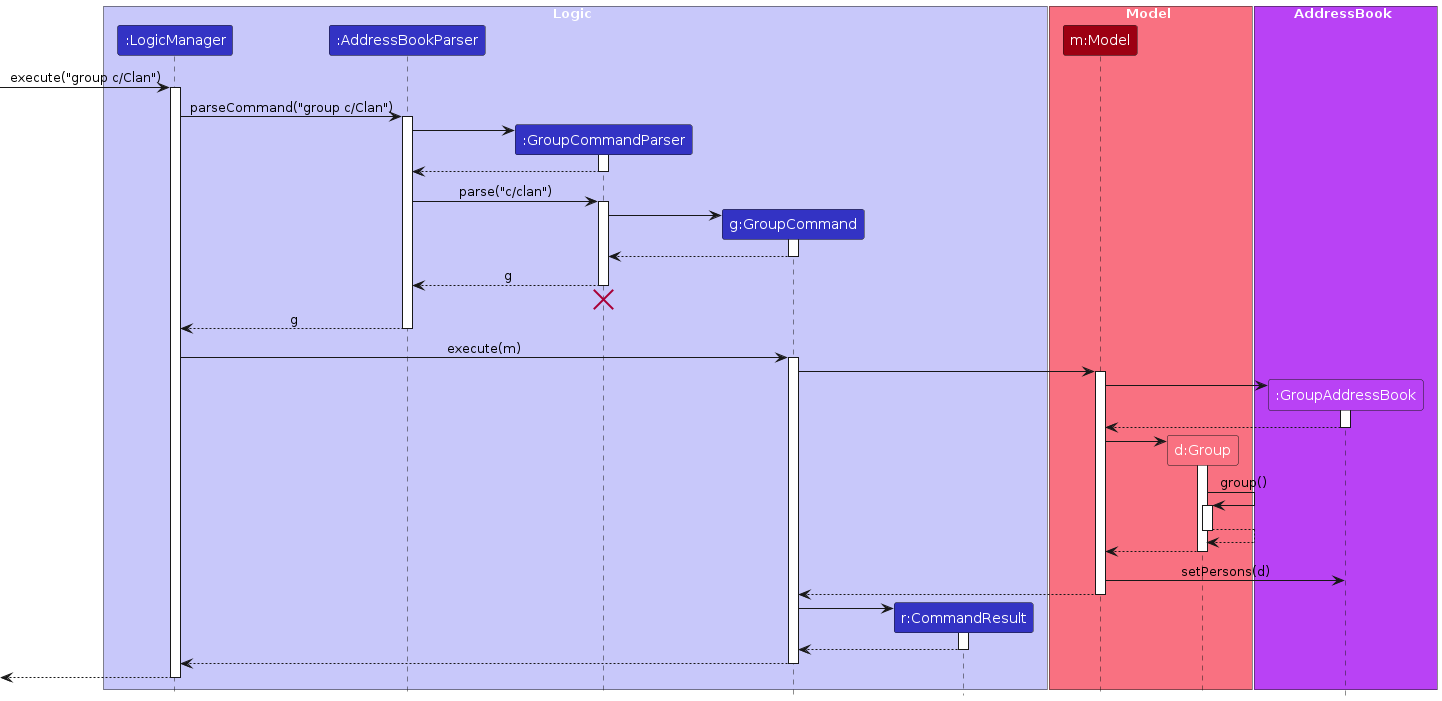
Before: diagrams/GroupSequenceDiagram.png, a diagram exported from PlantUML (HongRay/tp). Its source is kept beside it as diagrams/GroupSequenceDiagram.puml. Its diagram source:
```plantuml
@startuml
!include style.puml
skinparam ArrowFontStyle plain

box Logic LOGIC_COLOR_T1
participant ":LogicManager" as LogicManager LOGIC_COLOR
participant ":AddressBookParser" as AddressBookParser LOGIC_COLOR
participant ":GroupCommandParser" as GroupCommandParser LOGIC_COLOR
participant "g:GroupCommand" as GroupCommand LOGIC_COLOR
participant "r:CommandResult" as CommandResult LOGIC_COLOR
end box

box Model MODEL_COLOR_T1
participant "m:Model" as Model MODEL_COLOR
participant "d:Group" as Group MODEL_COLOR_T1
end box

box AddressBook ADDRESSBOOK_COLOR
participant ":GroupAddressBook" as AddressBook ADDRESSBOOK_COLOR
end box

[-> LogicManager : execute("group c/Clan")
activate LogicManager

LogicManager -> AddressBookParser : parseCommand("group c/Clan")
activate AddressBookParser

create GroupCommandParser
AddressBookParser -> GroupCommandParser
activate GroupCommandParser

GroupCommandParser --> AddressBookParser
deactivate GroupCommandParser

AddressBookParser -> GroupCommandParser : parse("c/clan")
activate GroupCommandParser

create GroupCommand
GroupCommandParser -> GroupCommand
activate GroupCommand


GroupCommand --> GroupCommandParser :
deactivate GroupCommand

GroupCommandParser --> AddressBookParser : g
deactivate GroupCommandParser
GroupCommandParser -[hidden]-> AddressBookParser
destroy GroupCommandParser

AddressBookParser --> LogicManager : g
deactivate AddressBookParser

LogicManager -> GroupCommand : execute(m)
activate GroupCommand

GroupCommand -> Model
activate Model
create AddressBook
Model -> AddressBook
activate AddressBook
AddressBook --> Model
deactivate

create Group
Model -> Group
activate Group
Group -> Group :group()
activate Group
Group --> Group
deactivate Group
Group --> Model
deactivate
Model -> AddressBook : setPersons(d)
Model --> GroupCommand
deactivate

create CommandResult
GroupCommand -> CommandResult
activate CommandResult

CommandResult --> GroupCommand
deactivate CommandResult

GroupCommand --> LogicManager
deactivate GroupCommand

[<--LogicManager
deactivate LogicManager

@enduml
```
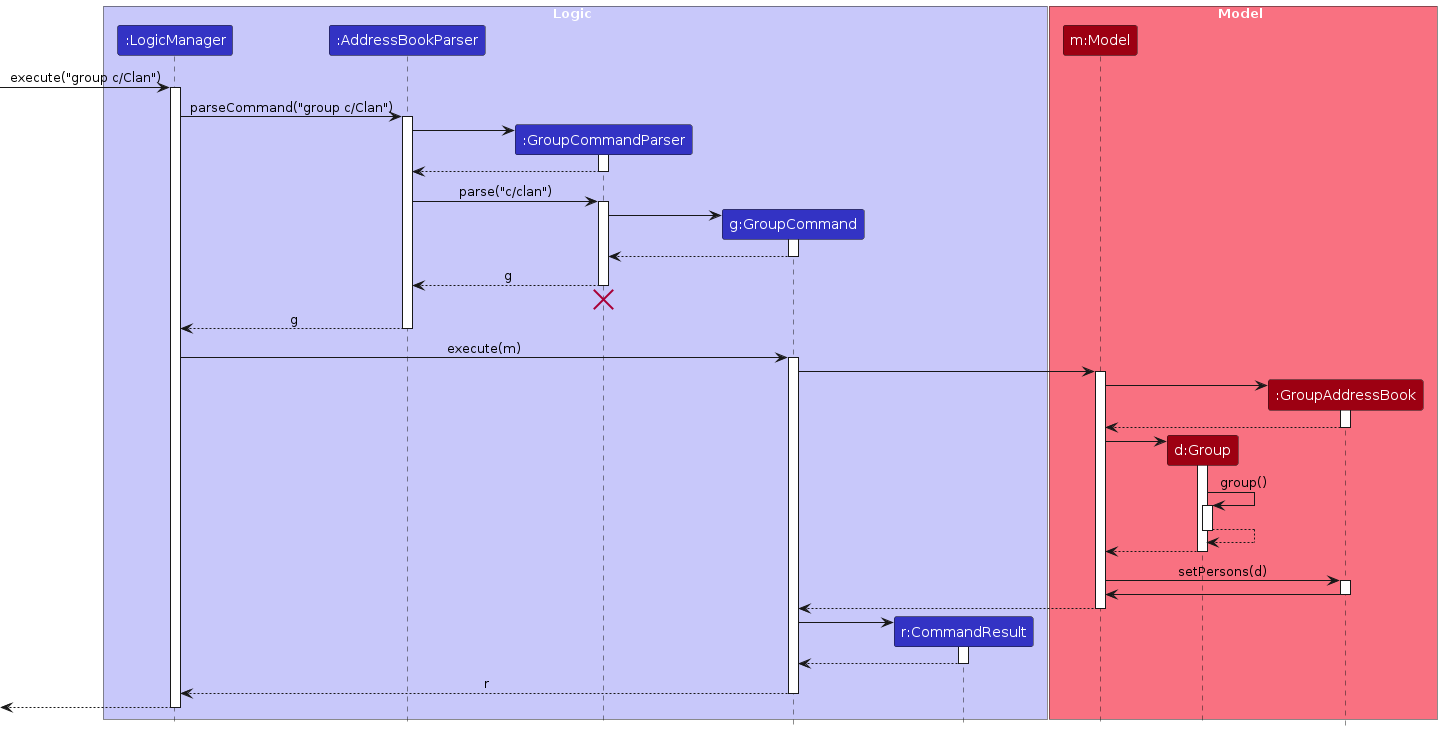
After the commit.

What changed in the source:
```diff
@@ -12,11 +12,8 @@
 
 box Model MODEL_COLOR_T1
 participant "m:Model" as Model MODEL_COLOR
-participant "d:Group" as Group MODEL_COLOR_T1
-end box
-
-box AddressBook ADDRESSBOOK_COLOR
-participant ":GroupAddressBook" as AddressBook ADDRESSBOOK_COLOR
+participant "d:Group" as Group MODEL_COLOR
+participant ":GroupAddressBook" as AddressBook MODEL_COLOR
 end box
 
 [-> LogicManager : execute("group c/Clan")
@@ -72,6 +69,9 @@
 Group --> Model
 deactivate
 Model -> AddressBook : setPersons(d)
+activate AddressBook
+AddressBook -> Model
+deactivate
 Model --> GroupCommand
 deactivate
 
@@ -82,7 +82,7 @@
 CommandResult --> GroupCommand
 deactivate CommandResult
 
-GroupCommand --> LogicManager
+GroupCommand --> LogicManager :r
 deactivate GroupCommand
 
 [<--LogicManager
```
